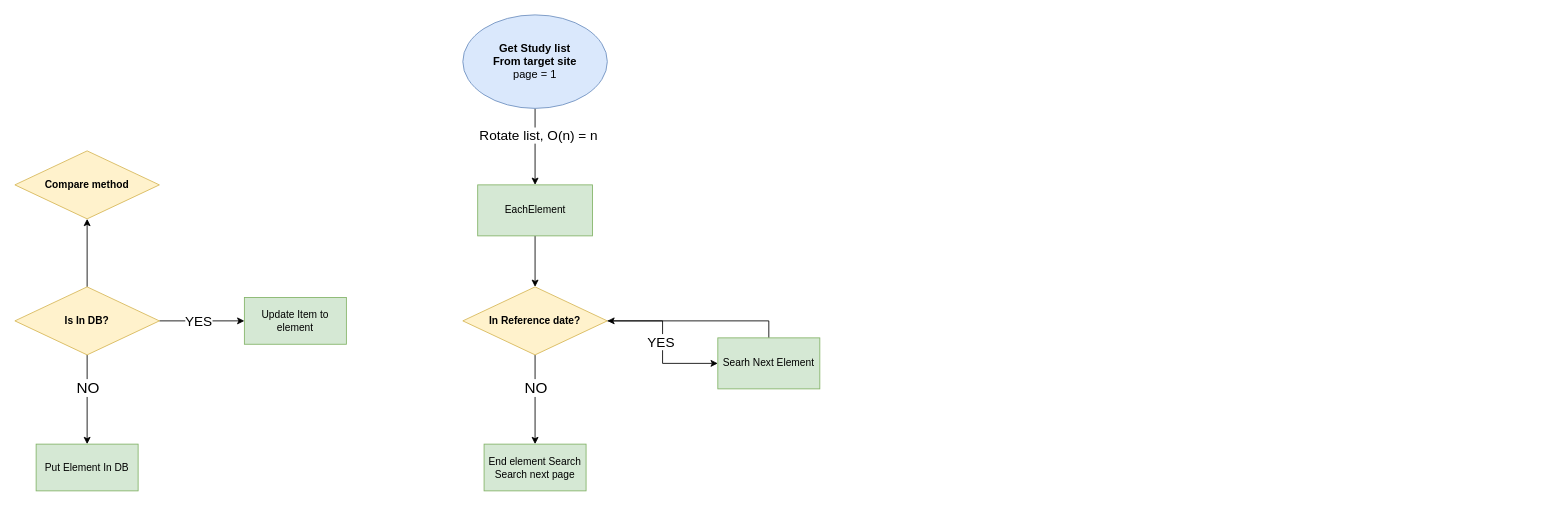
Earlier version of the draw.io diagram 제목 없는 다이어그램.drawio (palet404/SuddenAtattack_SideProject-Scraping-). Source tidied: cells renumbered, new cells numbered last; positions are measured from the earlier drawing's top-left corner, leaving out a move shared by most shapes. Both pictures are drawn from the tidied source at 85%, with x=0, y=0 at pixel (14, 14).
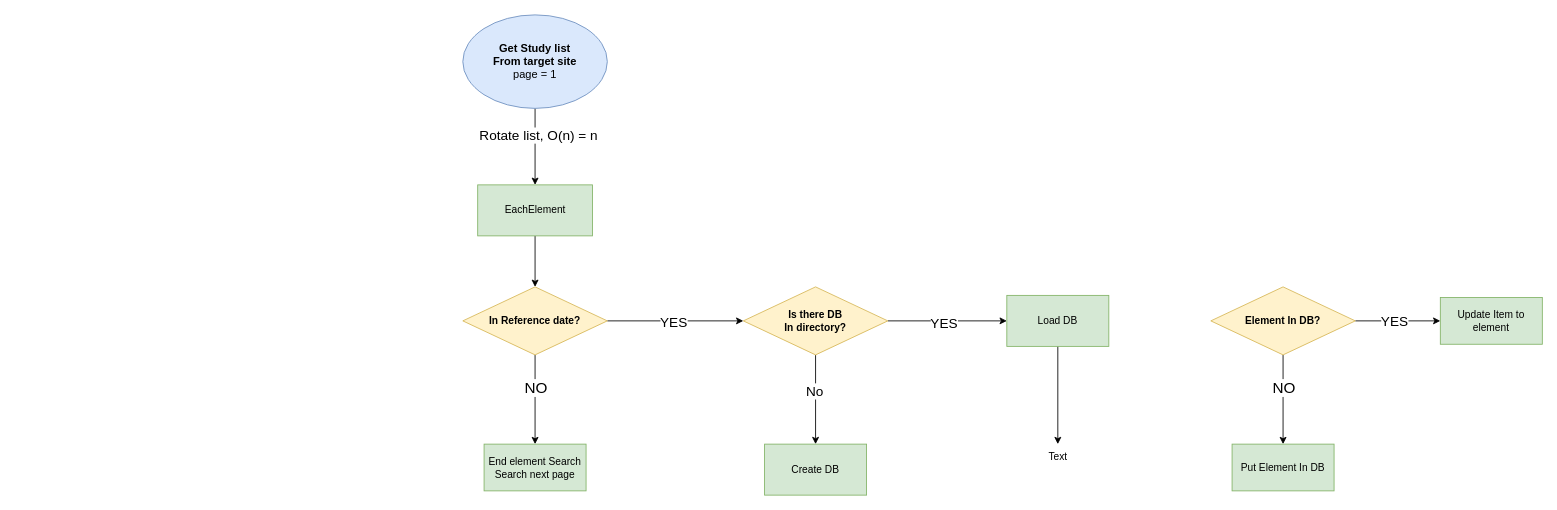
After the change.

Commit message:
제목 없는 다이어그램.drawio 업데이트

The change refers to these unchanged cells:
```xml
<mxCell id="9" value="&lt;b&gt;In Reference date?&lt;/b&gt;" style="rhombus;whiteSpace=wrap;html=1;fillColor=#fff2cc;strokeColor=#d6b656;" parent="1" vertex="1">
  <mxGeometry x="527" y="320" width="170" height="80" as="geometry" />
</mxCell>
```

Diff of the diagram source:
```diff
@@
-    <mxCell id="7" style="edgeStyle=orthogonalEdgeStyle;rounded=0;jettySize=auto;html=1;entryX=0;entryY=0.5;entryDx=0;entryDy=0;" parent="1" edge="1" source="9" target="11">
-      <mxGeometry relative="1" as="geometry" />
-    </mxCell>
-    <mxCell id="8" value="&lt;font style=&quot;font-size: 16px;&quot;&gt;YES&lt;/font&gt;" style="edgeLabel;html=1;align=center;verticalAlign=middle;" parent="7" vertex="1">
-      <mxGeometry x="-0.02" y="1" relative="1" as="geometry">
-        <mxPoint x="-4" y="1" as="offset" />
-      </mxGeometry>
-    </mxCell>
+    <mxCell id="24" style="edgeStyle=orthogonalEdgeStyle;rounded=0;jettySize=auto;html=1;entryX=0;entryY=0.5;entryDx=0;entryDy=0;" parent="1" edge="1" source="9" target="30">
+      <mxGeometry relative="1" as="geometry" />
+    </mxCell>
+    <mxCell id="25" value="&lt;font style=&quot;font-size: 16px;&quot;&gt;YES&lt;/font&gt;" style="edgeLabel;html=1;align=center;verticalAlign=middle;" parent="24" vertex="1">
+      <mxGeometry x="-0.04" y="-1" relative="1" as="geometry" />
+    </mxCell>
@@
-    <mxCell id="10" style="edgeStyle=orthogonalEdgeStyle;rounded=0;jettySize=auto;html=1;exitX=0.5;exitY=0;exitDx=0;exitDy=0;" parent="1" edge="1" source="11" target="9">
-      <mxGeometry relative="1" as="geometry" />
-    </mxCell>
-    <mxCell id="11" value="Searh Next Element" style="whiteSpace=wrap;html=1;fillColor=#d5e8d4;strokeColor=#82b366;" parent="1" vertex="1">
-      <mxGeometry x="827" y="380" width="120" height="60" as="geometry" />
-    </mxCell>
@@
     <mxCell id="17" style="edgeStyle=orthogonalEdgeStyle;rounded=0;jettySize=auto;html=1;entryX=0;entryY=0.5;entryDx=0;entryDy=0;" parent="1" edge="1" source="20">
       <mxGeometry relative="1" as="geometry">
-        <mxPoint x="270" y="360" as="targetPoint" />
+        <mxPoint x="1677" y="360" as="targetPoint" />
       </mxGeometry>
     </mxCell>
@@
-    <mxCell id="19" style="edgeStyle=orthogonalEdgeStyle;rounded=0;jettySize=auto;html=1;" parent="1" edge="1" source="20" target="23">
-      <mxGeometry relative="1" as="geometry" />
-    </mxCell>
-    <mxCell id="20" value="&lt;b&gt;Is In DB?&lt;/b&gt;" style="rhombus;whiteSpace=wrap;html=1;fillColor=#fff2cc;strokeColor=#d6b656;" parent="1" vertex="1">
-      <mxGeometry y="320" width="170" height="80" as="geometry" />
+    <mxCell id="20" value="&lt;b&gt;Element In DB?&lt;/b&gt;" style="rhombus;whiteSpace=wrap;html=1;fillColor=#fff2cc;strokeColor=#d6b656;" parent="1" vertex="1">
+      <mxGeometry x="1407" y="320" width="170" height="80" as="geometry" />
     </mxCell>
     <mxCell id="21" value="Put Element In DB" style="whiteSpace=wrap;html=1;fillColor=#d5e8d4;strokeColor=#82b366;" parent="1" vertex="1">
-      <mxGeometry x="25" y="505" width="120" height="55" as="geometry" />
+      <mxGeometry x="1432" y="505" width="120" height="55" as="geometry" />
     </mxCell>
     <mxCell id="22" value="Update Item to element" style="whiteSpace=wrap;html=1;fillColor=#d5e8d4;strokeColor=#82b366;" parent="1" vertex="1">
-      <mxGeometry x="270" y="332.5" width="120" height="55" as="geometry" />
+      <mxGeometry x="1677" y="332.5" width="120" height="55" as="geometry" />
     </mxCell>
-    <mxCell id="23" value="&lt;b&gt;Compare method&lt;/b&gt;" style="rhombus;whiteSpace=wrap;html=1;fillColor=#fff2cc;strokeColor=#d6b656;" parent="1" vertex="1">
-      <mxGeometry y="160" width="170" height="80" as="geometry" />
-    </mxCell>
+    <mxCell id="26" style="edgeStyle=orthogonalEdgeStyle;rounded=0;jettySize=auto;html=1;" parent="1" edge="1" source="30" target="31">
+      <mxGeometry relative="1" as="geometry" />
+    </mxCell>
+    <mxCell id="27" value="&lt;font style=&quot;font-size: 16px;&quot;&gt;No&lt;/font&gt;" style="edgeLabel;html=1;align=center;verticalAlign=middle;" parent="26" vertex="1">
+      <mxGeometry x="-0.2" y="-2" relative="1" as="geometry" />
+    </mxCell>
+    <mxCell id="28" style="edgeStyle=orthogonalEdgeStyle;rounded=0;jettySize=auto;html=1;" parent="1" edge="1" source="30" target="33">
+      <mxGeometry relative="1" as="geometry" />
+    </mxCell>
+    <mxCell id="29" value="&lt;font style=&quot;font-size: 16px;&quot;&gt;YES&lt;/font&gt;" style="edgeLabel;html=1;align=center;verticalAlign=middle;" parent="28" vertex="1">
+      <mxGeometry x="-0.07" y="-2" relative="1" as="geometry" />
+    </mxCell>
+    <mxCell id="30" value="&lt;b&gt;Is there DB&lt;/b&gt;&lt;div&gt;&lt;b&gt;In directory?&lt;/b&gt;&lt;/div&gt;" style="rhombus;whiteSpace=wrap;html=1;fillColor=#fff2cc;strokeColor=#d6b656;" parent="1" vertex="1">
+      <mxGeometry x="857" y="320" width="170" height="80" as="geometry" />
+    </mxCell>
+    <mxCell id="31" value="Create DB" style="whiteSpace=wrap;html=1;fillColor=#d5e8d4;strokeColor=#82b366;" parent="1" vertex="1">
+      <mxGeometry x="882" y="505" width="120" height="60" as="geometry" />
+    </mxCell>
+    <mxCell id="32" style="edgeStyle=orthogonalEdgeStyle;rounded=0;jettySize=auto;html=1;" parent="1" edge="1" source="33" target="34">
+      <mxGeometry relative="1" as="geometry" />
+    </mxCell>
+    <mxCell id="33" value="Load DB" style="whiteSpace=wrap;html=1;fillColor=#d5e8d4;strokeColor=#82b366;" parent="1" vertex="1">
+      <mxGeometry x="1167" y="330" width="120" height="60" as="geometry" />
+    </mxCell>
+    <mxCell id="34" value="Text" style="text;html=1;align=center;verticalAlign=middle;points=[];strokeColor=none;fillColor=none;" parent="1" vertex="1">
+      <mxGeometry x="1202" y="505" width="50" height="30" as="geometry" />
+    </mxCell>
```
